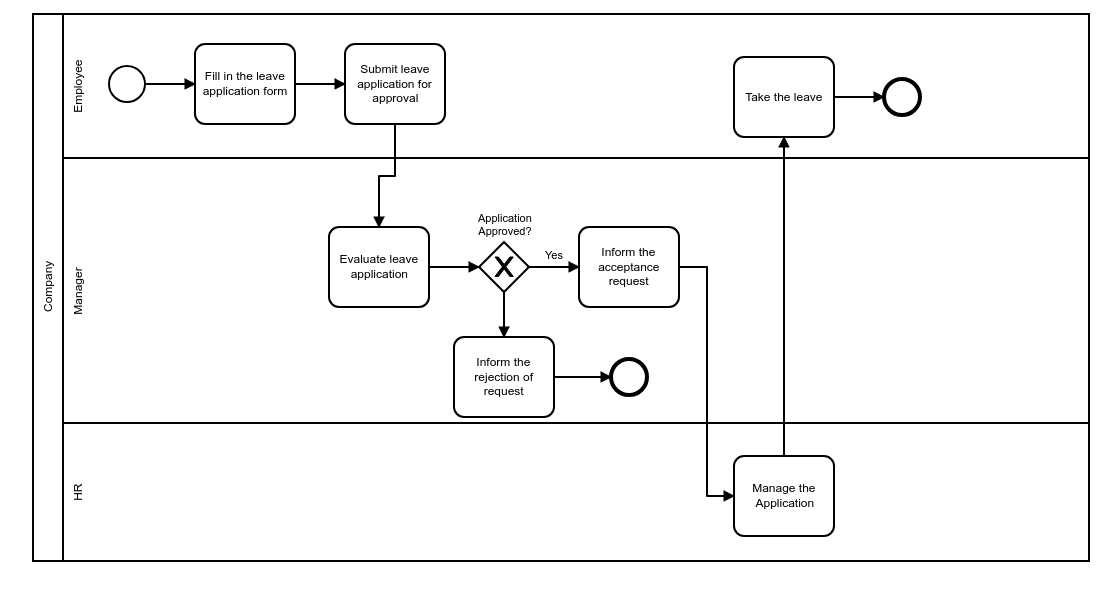
Before: BPMN/leave_application.png, a diagram exported from BPMN (codecasualty/MTP). Its source is kept beside it as BPMN/leave_application.bpmn. Ids are renumbered. Source of this version:
```xml
<bpmn:definitions xmlns:bpmn="http://www.omg.org/spec/BPMN/20100524/MODEL" xmlns:bpmndi="http://www.omg.org/spec/BPMN/20100524/DI" xmlns:di="http://www.omg.org/spec/DD/20100524/DI" xmlns:dc="http://www.omg.org/spec/DD/20100524/DC" id="Definitions_n1" targetNamespace="http://bpmn.io/schema/bpmn" exporter="Camunda Modeler" exporterVersion="2.2.4">
  <bpmn:collaboration id="Collaboration_n2">
    <bpmn:participant id="Participant_n3" name=" Company" processRef="Process_1" />
  </bpmn:collaboration>
  <bpmn:process id="Process_1" isExecutable="true">
    <bpmn:laneSet id="LaneSet_n4">
      <bpmn:lane id="Lane_n5" name="Employee">
        <bpmn:flowNodeRef>StartEvent_n6</bpmn:flowNodeRef>
        <bpmn:flowNodeRef>Task_n7</bpmn:flowNodeRef>
        <bpmn:flowNodeRef>Task_n8</bpmn:flowNodeRef>
        <bpmn:flowNodeRef>Task_n9</bpmn:flowNodeRef>
        <bpmn:flowNodeRef>EndEvent_n10</bpmn:flowNodeRef>
      </bpmn:lane>
      <bpmn:lane id="Lane_n11" name="Manager">
        <bpmn:flowNodeRef>Task_n12</bpmn:flowNodeRef>
        <bpmn:flowNodeRef>ExclusiveGateway_n13</bpmn:flowNodeRef>
        <bpmn:flowNodeRef>Task_n14</bpmn:flowNodeRef>
        <bpmn:flowNodeRef>EndEvent_n15</bpmn:flowNodeRef>
        <bpmn:flowNodeRef>Task_n16</bpmn:flowNodeRef>
      </bpmn:lane>
      <bpmn:lane id="Lane_n17" name="HR">
        <bpmn:flowNodeRef>Task_n18</bpmn:flowNodeRef>
      </bpmn:lane>
    </bpmn:laneSet>
    <bpmn:startEvent id="StartEvent_n6">
      <bpmn:outgoing>SequenceFlow_n19</bpmn:outgoing>
    </bpmn:startEvent>
    <bpmn:task id="Task_n7" name="Fill in the leave application form">
      <bpmn:incoming>SequenceFlow_n19</bpmn:incoming>
      <bpmn:outgoing>SequenceFlow_n20</bpmn:outgoing>
    </bpmn:task>
    <bpmn:sequenceFlow id="SequenceFlow_n19" sourceRef="StartEvent_n6" targetRef="Task_n7" />
    <bpmn:task id="Task_n8" name="Submit leave application for approval">
      <bpmn:incoming>SequenceFlow_n20</bpmn:incoming>
      <bpmn:outgoing>SequenceFlow_n21</bpmn:outgoing>
    </bpmn:task>
    <bpmn:sequenceFlow id="SequenceFlow_n20" sourceRef="Task_n7" targetRef="Task_n8" />
    <bpmn:sequenceFlow id="SequenceFlow_n21" sourceRef="Task_n8" targetRef="Task_n12" />
    <bpmn:task id="Task_n12" name="Evaluate leave application ">
      <bpmn:incoming>SequenceFlow_n21</bpmn:incoming>
      <bpmn:outgoing>SequenceFlow_n22</bpmn:outgoing>
    </bpmn:task>
    <bpmn:exclusiveGateway id="ExclusiveGateway_n13" name="Application Approved?">
      <bpmn:incoming>SequenceFlow_n22</bpmn:incoming>
      <bpmn:outgoing>SequenceFlow_n23</bpmn:outgoing>
      <bpmn:outgoing>SequenceFlow_n24</bpmn:outgoing>
    </bpmn:exclusiveGateway>
    <bpmn:sequenceFlow id="SequenceFlow_n22" sourceRef="Task_n12" targetRef="ExclusiveGateway_n13" />
    <bpmn:task id="Task_n14" name="Inform the acceptance request">
      <bpmn:incoming>SequenceFlow_n23</bpmn:incoming>
      <bpmn:outgoing>SequenceFlow_n25</bpmn:outgoing>
    </bpmn:task>
    <bpmn:sequenceFlow id="SequenceFlow_n23" name="Yes" sourceRef="ExclusiveGateway_n13" targetRef="Task_n14" />
    <bpmn:sequenceFlow id="SequenceFlow_n24" sourceRef="ExclusiveGateway_n13" targetRef="Task_n16" />
    <bpmn:sequenceFlow id="SequenceFlow_n25" sourceRef="Task_n14" targetRef="Task_n18" />
    <bpmn:task id="Task_n18" name="Manage the Application">
      <bpmn:incoming>SequenceFlow_n25</bpmn:incoming>
      <bpmn:outgoing>SequenceFlow_n26</bpmn:outgoing>
    </bpmn:task>
    <bpmn:sequenceFlow id="SequenceFlow_n26" sourceRef="Task_n18" targetRef="Task_n9" />
    <bpmn:task id="Task_n9" name="Take the leave">
      <bpmn:incoming>SequenceFlow_n26</bpmn:incoming>
      <bpmn:outgoing>SequenceFlow_n27</bpmn:outgoing>
    </bpmn:task>
    <bpmn:endEvent id="EndEvent_n10">
      <bpmn:incoming>SequenceFlow_n27</bpmn:incoming>
    </bpmn:endEvent>
    <bpmn:sequenceFlow id="SequenceFlow_n27" sourceRef="Task_n9" targetRef="EndEvent_n10" />
    <bpmn:sequenceFlow id="SequenceFlow_n28" sourceRef="Task_n16" targetRef="EndEvent_n15" />
    <bpmn:endEvent id="EndEvent_n15">
      <bpmn:incoming>SequenceFlow_n28</bpmn:incoming>
    </bpmn:endEvent>
    <bpmn:task id="Task_n16" name="Inform the rejection of request">
      <bpmn:incoming>SequenceFlow_n24</bpmn:incoming>
      <bpmn:outgoing>SequenceFlow_n28</bpmn:outgoing>
    </bpmn:task>
  </bpmn:process>
  <bpmndi:BPMNDiagram id="BPMNDiagram_1">
    <bpmndi:BPMNPlane id="BPMNPlane_1" bpmnElement="Collaboration_n2">
      <bpmndi:BPMNShape id="Participant_n3_di" bpmnElement="Participant_n3">
        <dc:Bounds x="175" y="132" width="1056" height="547" />
      </bpmndi:BPMNShape>
      <bpmndi:BPMNShape id="Lane_n5_di" bpmnElement="Lane_n5">
        <dc:Bounds x="205" y="132" width="1026" height="144" />
      </bpmndi:BPMNShape>
      <bpmndi:BPMNShape id="Lane_n11_di" bpmnElement="Lane_n11">
        <dc:Bounds x="205" y="276" width="1026" height="265" />
      </bpmndi:BPMNShape>
      <bpmndi:BPMNShape id="Lane_n17_di" bpmnElement="Lane_n17">
        <dc:Bounds x="205" y="541" width="1026" height="138" />
      </bpmndi:BPMNShape>
      <bpmndi:BPMNShape id="StartEvent_n6_di" bpmnElement="StartEvent_n6">
        <dc:Bounds x="251" y="184" width="36" height="36" />
      </bpmndi:BPMNShape>
      <bpmndi:BPMNShape id="Task_n7_di" bpmnElement="Task_n7">
        <dc:Bounds x="337" y="162" width="100" height="80" />
      </bpmndi:BPMNShape>
      <bpmndi:BPMNEdge id="SequenceFlow_n19_di" bpmnElement="SequenceFlow_n19">
        <di:waypoint x="287" y="202" />
        <di:waypoint x="337" y="202" />
      </bpmndi:BPMNEdge>
      <bpmndi:BPMNShape id="Task_n8_di" bpmnElement="Task_n8">
        <dc:Bounds x="487" y="162" width="100" height="80" />
      </bpmndi:BPMNShape>
      <bpmndi:BPMNEdge id="SequenceFlow_n20_di" bpmnElement="SequenceFlow_n20">
        <di:waypoint x="437" y="202" />
        <di:waypoint x="487" y="202" />
      </bpmndi:BPMNEdge>
      <bpmndi:BPMNShape id="Task_n12_di" bpmnElement="Task_n12">
        <dc:Bounds x="471" y="345" width="100" height="80" />
      </bpmndi:BPMNShape>
      <bpmndi:BPMNEdge id="SequenceFlow_n21_di" bpmnElement="SequenceFlow_n21">
        <di:waypoint x="537" y="242" />
        <di:waypoint x="537" y="294" />
        <di:waypoint x="521" y="294" />
        <di:waypoint x="521" y="345" />
      </bpmndi:BPMNEdge>
      <bpmndi:BPMNShape id="ExclusiveGateway_n13_di" bpmnElement="ExclusiveGateway_n13" isMarkerVisible="true">
        <dc:Bounds x="621" y="360" width="50" height="50" />
        <bpmndi:BPMNLabel>
          <dc:Bounds x="619" y="330" width="54" height="27" />
        </bpmndi:BPMNLabel>
      </bpmndi:BPMNShape>
      <bpmndi:BPMNEdge id="SequenceFlow_n22_di" bpmnElement="SequenceFlow_n22">
        <di:waypoint x="571" y="385" />
        <di:waypoint x="621" y="385" />
      </bpmndi:BPMNEdge>
      <bpmndi:BPMNShape id="Task_n14_di" bpmnElement="Task_n14">
        <dc:Bounds x="721" y="345" width="100" height="80" />
      </bpmndi:BPMNShape>
      <bpmndi:BPMNEdge id="SequenceFlow_n23_di" bpmnElement="SequenceFlow_n23">
        <di:waypoint x="671" y="385" />
        <di:waypoint x="721" y="385" />
        <bpmndi:BPMNLabel>
          <dc:Bounds x="687" y="367" width="19" height="14" />
        </bpmndi:BPMNLabel>
      </bpmndi:BPMNEdge>
      <bpmndi:BPMNShape id="Task_n16_di" bpmnElement="Task_n16">
        <dc:Bounds x="596" y="455" width="100" height="80" />
      </bpmndi:BPMNShape>
      <bpmndi:BPMNEdge id="SequenceFlow_n24_di" bpmnElement="SequenceFlow_n24">
        <di:waypoint x="646" y="410" />
        <di:waypoint x="646" y="455" />
      </bpmndi:BPMNEdge>
      <bpmndi:BPMNShape id="Task_n18_di" bpmnElement="Task_n18">
        <dc:Bounds x="876" y="574" width="100" height="80" />
      </bpmndi:BPMNShape>
      <bpmndi:BPMNEdge id="SequenceFlow_n25_di" bpmnElement="SequenceFlow_n25">
        <di:waypoint x="821" y="385" />
        <di:waypoint x="849" y="385" />
        <di:waypoint x="849" y="614" />
        <di:waypoint x="876" y="614" />
      </bpmndi:BPMNEdge>
      <bpmndi:BPMNShape id="Task_n9_di" bpmnElement="Task_n9">
        <dc:Bounds x="876" y="175" width="100" height="80" />
      </bpmndi:BPMNShape>
      <bpmndi:BPMNEdge id="SequenceFlow_n26_di" bpmnElement="SequenceFlow_n26">
        <di:waypoint x="926" y="574" />
        <di:waypoint x="926" y="255" />
      </bpmndi:BPMNEdge>
      <bpmndi:BPMNShape id="EndEvent_n10_di" bpmnElement="EndEvent_n10">
        <dc:Bounds x="1026" y="197" width="36" height="36" />
      </bpmndi:BPMNShape>
      <bpmndi:BPMNEdge id="SequenceFlow_n27_di" bpmnElement="SequenceFlow_n27">
        <di:waypoint x="976" y="215" />
        <di:waypoint x="1026" y="215" />
      </bpmndi:BPMNEdge>
      <bpmndi:BPMNShape id="EndEvent_n15_di" bpmnElement="EndEvent_n15">
        <dc:Bounds x="753" y="477" width="36" height="36" />
      </bpmndi:BPMNShape>
      <bpmndi:BPMNEdge id="SequenceFlow_n28_di" bpmnElement="SequenceFlow_n28">
        <di:waypoint x="696" y="495" />
        <di:waypoint x="753" y="495" />
      </bpmndi:BPMNEdge>
    </bpmndi:BPMNPlane>
  </bpmndi:BPMNDiagram>
</bpmn:definitions>
```
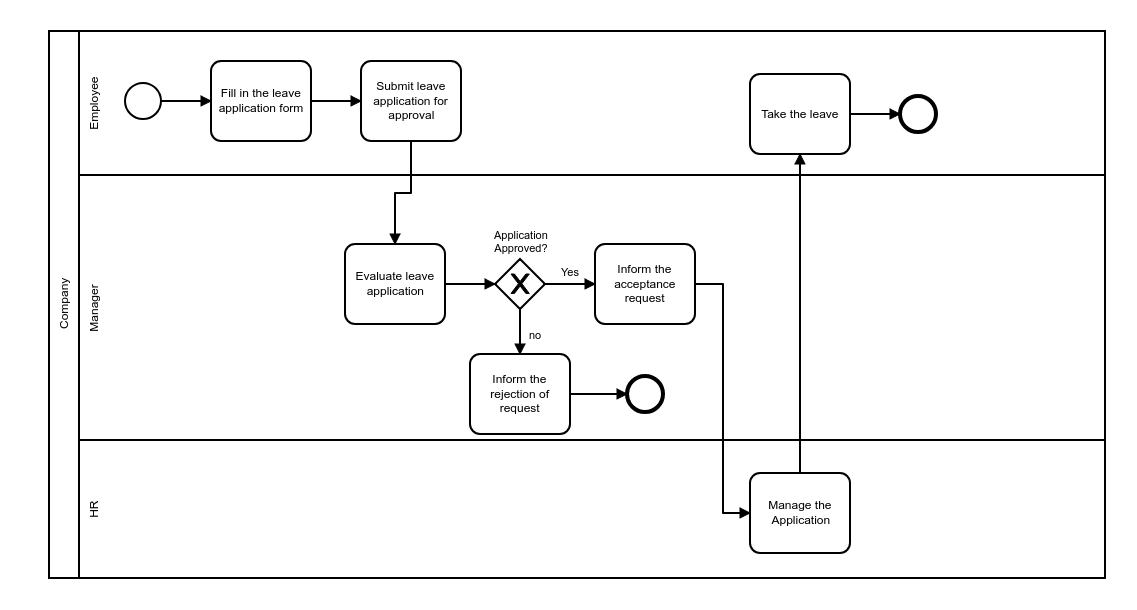
After the commit.

Change to the diagram source:
```diff
@@ -51,7 +51,7 @@
       <bpmn:outgoing>SequenceFlow_n25</bpmn:outgoing>
     </bpmn:task>
     <bpmn:sequenceFlow id="SequenceFlow_n23" name="Yes" sourceRef="ExclusiveGateway_n13" targetRef="Task_n14" />
-    <bpmn:sequenceFlow id="SequenceFlow_n24" sourceRef="ExclusiveGateway_n13" targetRef="Task_n16" />
+    <bpmn:sequenceFlow id="SequenceFlow_n24" name="no" sourceRef="ExclusiveGateway_n13" targetRef="Task_n16" />
     <bpmn:sequenceFlow id="SequenceFlow_n25" sourceRef="Task_n14" targetRef="Task_n18" />
     <bpmn:task id="Task_n18" name="Manage the Application">
       <bpmn:incoming>SequenceFlow_n25</bpmn:incoming>
@@ -141,6 +141,9 @@
       <bpmndi:BPMNEdge id="SequenceFlow_n24_di" bpmnElement="SequenceFlow_n24">
         <di:waypoint x="646" y="410" />
         <di:waypoint x="646" y="455" />
+        <bpmndi:BPMNLabel>
+          <dc:Bounds x="655" y="430" width="13" height="14" />
+        </bpmndi:BPMNLabel>
       </bpmndi:BPMNEdge>
       <bpmndi:BPMNShape id="Task_n18_di" bpmnElement="Task_n18">
         <dc:Bounds x="876" y="574" width="100" height="80" />
```
